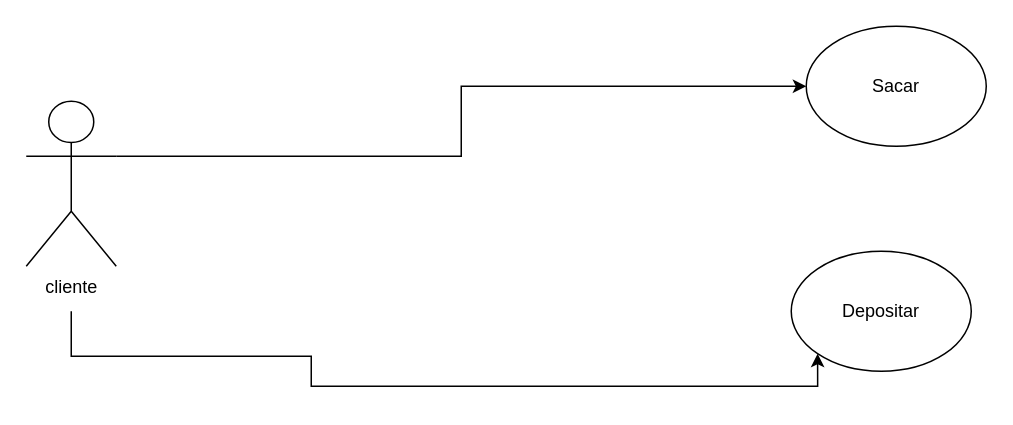
Before: page "Página-1" (1 of 7) of Diagrama sem nome.drawio in helio0278/diagramasderequisitos, a draw.io diagram. Source tidied: cells renumbered, new cells numbered last; positions are measured from the earlier drawing's top-left corner, leaving out a move shared by most shapes. Both pictures are drawn from the tidied source at 150%, with x=0, y=0 at pixel (26, 26).
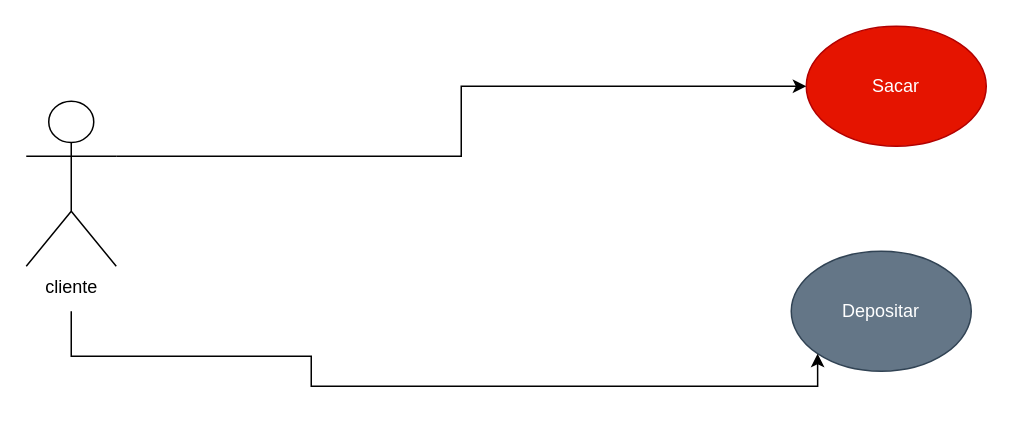
The same diagram, later.

Change to the diagram source:
```diff
@@
 <mxGraphModel>
   <root>
     <mxCell id="0" />
     <mxCell id="1" parent="0" />
-    <mxCell id="2" value="Sacar" style="ellipse;whiteSpace=wrap;html=1;" parent="1" vertex="1">
+    <mxCell id="2" value="Sacar" style="ellipse;whiteSpace=wrap;html=1;fillColor=#e51400;fontColor=#ffffff;strokeColor=#B20000;" parent="1" vertex="1">
       <mxGeometry x="520" width="120" height="80" as="geometry" />
     </mxCell>
-    <mxCell id="3" value="Depositar" style="ellipse;whiteSpace=wrap;html=1;" parent="1" vertex="1">
+    <mxCell id="3" value="Depositar" style="ellipse;whiteSpace=wrap;html=1;fillColor=#647687;fontColor=#ffffff;strokeColor=#314354;" parent="1" vertex="1">
       <mxGeometry x="510" y="150" width="120" height="80" as="geometry" />
     </mxCell>
     <mxCell id="4" style="edgeStyle=orthogonalEdgeStyle;rounded=0;jettySize=auto;html=1;exitX=1;exitY=0.3333333333333333;exitDx=0;exitDy=0;exitPerimeter=0;entryX=0;entryY=0.5;entryDx=0;entryDy=0;" parent="1" edge="1" source="6" target="2">
       <mxGeometry relative="1" as="geometry" />
     </mxCell>
     <mxCell id="5" style="edgeStyle=orthogonalEdgeStyle;rounded=0;jettySize=auto;html=1;exitX=1;exitY=1;exitDx=0;exitDy=0;exitPerimeter=0;entryX=0;entryY=1;entryDx=0;entryDy=0;" parent="1" edge="1" target="3">
       <mxGeometry relative="1" as="geometry">
         <mxPoint x="30" y="190" as="sourcePoint" />
         <Array as="points">
           <mxPoint x="30" y="220" />
           <mxPoint x="190" y="220" />
           <mxPoint x="190" y="240" />
           <mxPoint x="528" y="240" />
         </Array>
       </mxGeometry>
     </mxCell>
     <mxCell id="6" value="cliente" style="shape=umlActor;verticalLabelPosition=bottom;verticalAlign=top;html=1;outlineConnect=0;" parent="1" vertex="1">
       <mxGeometry y="50" width="60" height="110" as="geometry" />
     </mxCell>
   </root>
 </mxGraphModel>
```
